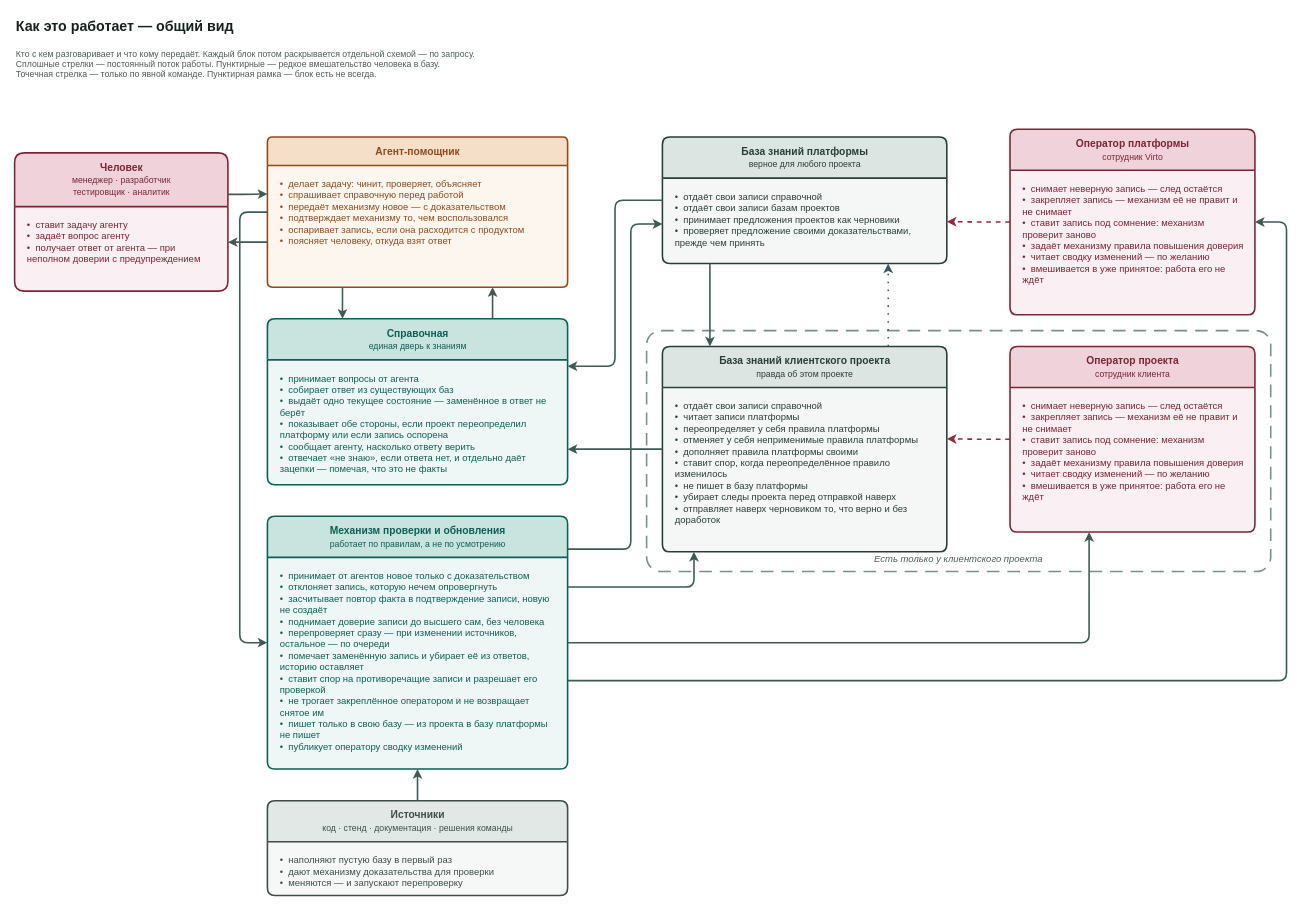
Before: docs/adr/adr-knowledge-base-v3-overview.drawio in VirtoCommerce/ai-tools, a draw.io diagram. Source tidied: cells renumbered, new cells numbered last; positions are measured from the earlier drawing's top-left corner, leaving out a move shared by most shapes. Both pictures are drawn from the tidied source at 79%, with x=0, y=0 at pixel (14, 13).
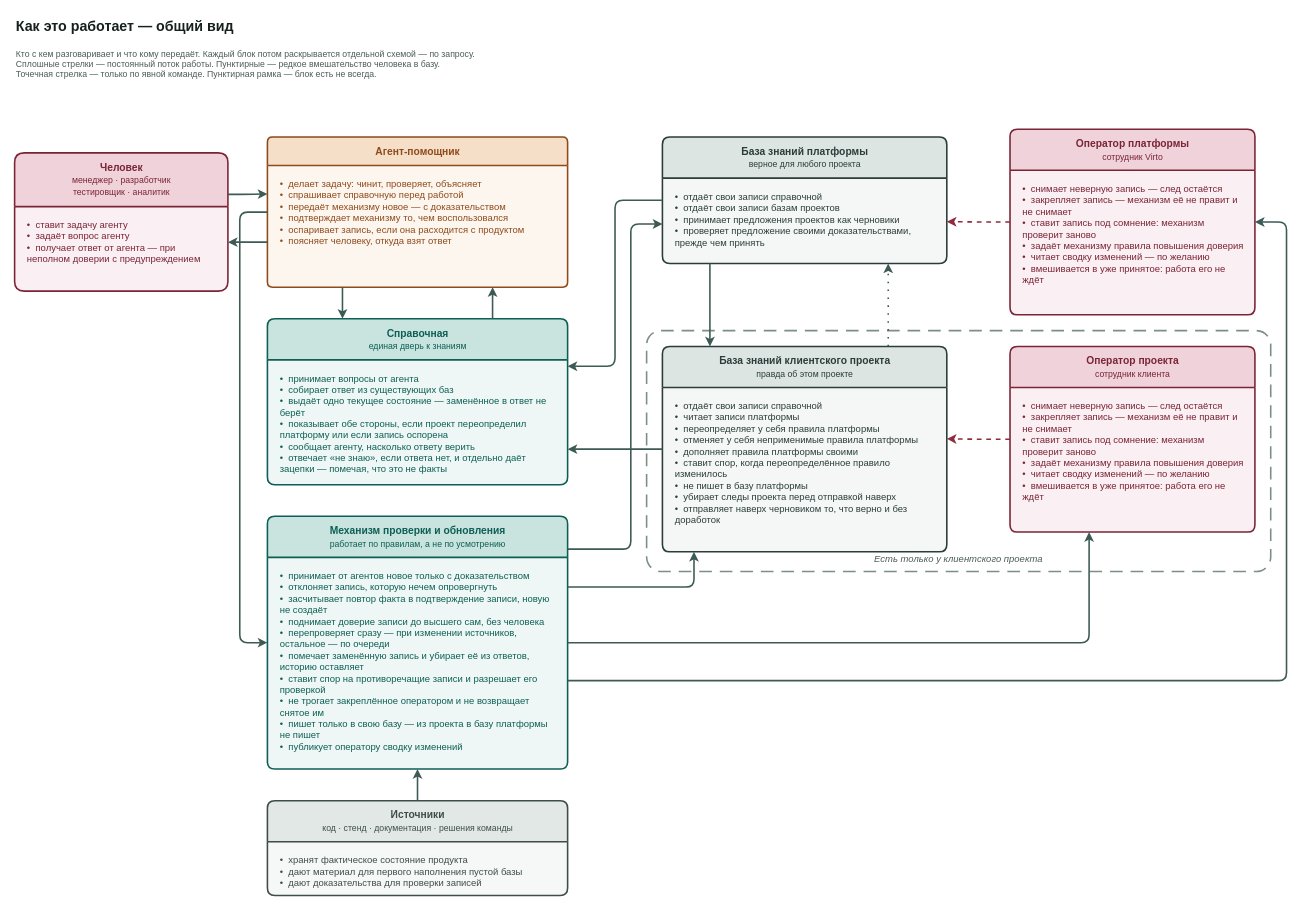
After the change.

Commit message (it also covers changes not shown here):
docs(adr): kb v3 — источники не действуют, а хранят и дают (VCST-5776)

«Меняются — и запускают перепроверку» приписывало артефактам инициативу:
код и документация ничего не запускают, за изменениями следит механизм,
и у него это уже сказано. Источники теперь описаны тем, чем они являются:
хранят фактическое состояние продукта, дают материал для первого
наполнения и доказательства для проверки записей.

Unchanged cells that the change refers to:
```xml
<mxCell id="21" value="Источники&lt;br&gt;&lt;span style=&quot;font-size:11px;font-weight:normal&quot;&gt;код · стенд · документация · решения команды&lt;/span&gt;" style="swimlane;html=1;rounded=1;arcSize=6;startSize=52;horizontal=1;fillColor=#e2e8e6;swimlaneFillColor=#f6f8f7;strokeColor=#3f4d49;fontColor=#3f4d49;fontSize=13;fontStyle=1;align=center;verticalAlign=middle;strokeWidth=2;fontFamily=Helvetica;" parent="1" vertex="1">
  <mxGeometry x="320" y="996" width="380" height="120" as="geometry" />
</mxCell>
```

What changed in the source:
```diff
@@
-    <mxCell id="22" value="•&amp;nbsp; наполняют пустую базу в первый раз&lt;br&gt;•&amp;nbsp; дают механизму доказательства для проверки&lt;br&gt;•&amp;nbsp; меняются — и запускают перепроверку" style="text;html=1;align=left;verticalAlign=top;whiteSpace=wrap;spacingLeft=14;spacingTop=10;spacingRight=10;fontSize=12;fontColor=#3f4d49;fontFamily=Helvetica;" parent="21" vertex="1">
+    <mxCell id="22" value="•&amp;nbsp; хранят фактическое состояние продукта&lt;br&gt;•&amp;nbsp; дают материал для первого наполнения пустой базы&lt;br&gt;•&amp;nbsp; дают доказательства для проверки записей" style="text;html=1;align=left;verticalAlign=top;whiteSpace=wrap;spacingLeft=14;spacingTop=10;spacingRight=10;fontSize=12;fontColor=#3f4d49;fontFamily=Helvetica;" parent="21" vertex="1">
       <mxGeometry y="52" width="380" height="68" as="geometry" />
     </mxCell>
```
